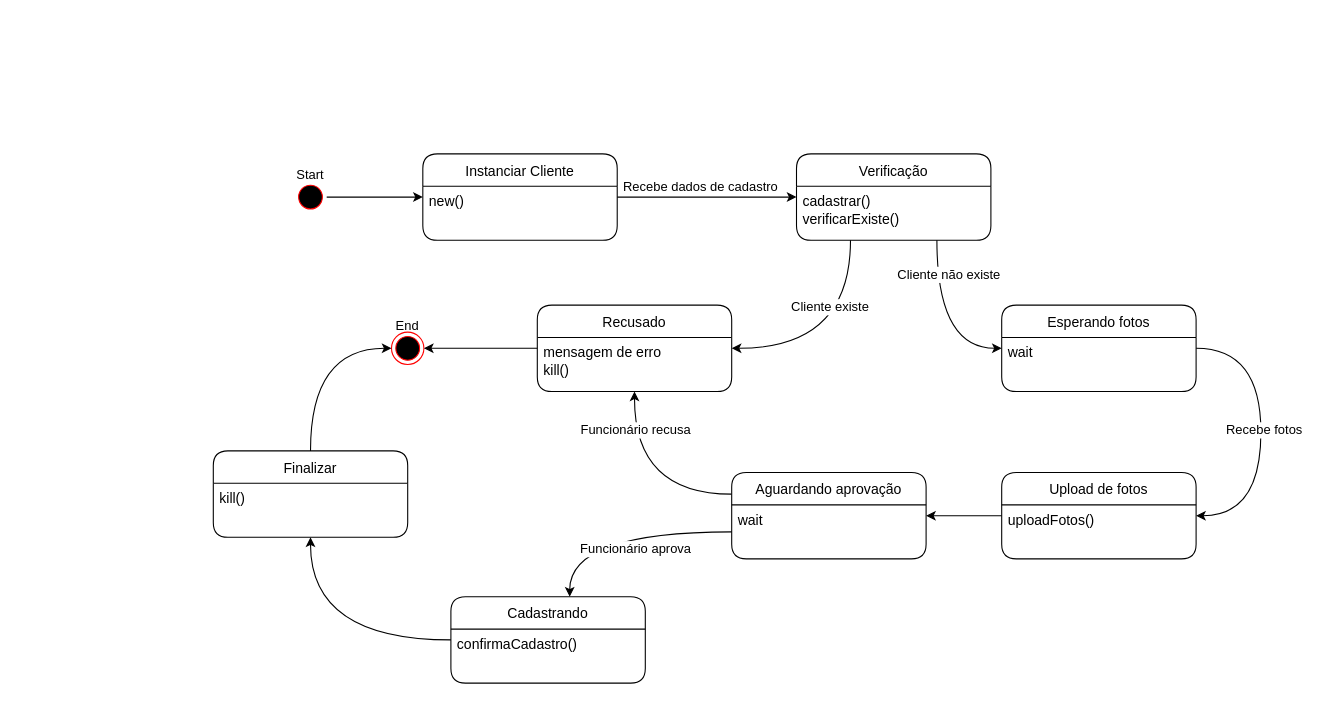
EijiDogen/BrainForHire keeps this draw.io diagram as diagramaEstados/EstadosCliente.drawio. Above is the earlier version. Source tidied: cells renumbered, new cells numbered last; positions are measured from the earlier drawing's top-left corner, leaving out a move shared by most shapes. Both pictures are drawn from the tidied source at 108%, with x=0, y=0 at pixel (213, 153).
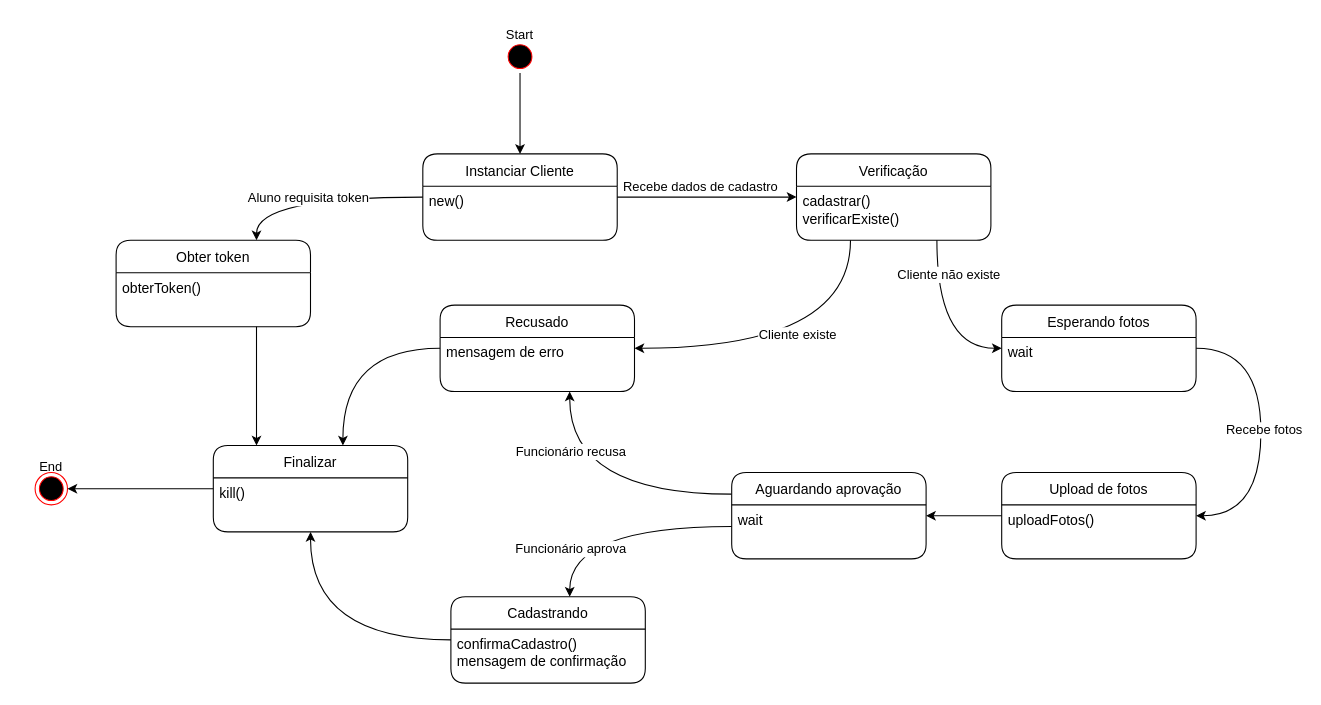
After the change.

Unchanged cells that the change refers to:
```xml
<mxCell id="4" value="Instanciar Cliente" style="swimlane;fontStyle=0;horizontal=1;startSize=30;rounded=1;fontSize=13;" parent="1" vertex="1">
  <mxGeometry x="194" width="180" height="80" as="geometry" />
</mxCell>
<mxCell id="10" style="ellipse;html=1;shape=endState;fillColor=#000000;strokeColor=#ff0000;rounded=1;" parent="9" vertex="1">
  <mxGeometry x="15" y="20" width="30" height="30" as="geometry" />
</mxCell>
<mxCell id="31" value="Aguardando aprovação" style="swimlane;fontStyle=0;horizontal=1;startSize=30;rounded=1;fontSize=13;" parent="1" vertex="1">
  <mxGeometry x="480" y="295" width="180" height="80" as="geometry" />
</mxCell>
<mxCell id="32" value="wait" style="text;strokeColor=none;fillColor=none;align=left;verticalAlign=top;spacingLeft=4;spacingRight=4;overflow=hidden;points=[[0,0.5],[1,0.5]];portConstraint=eastwest;fontSize=13;" parent="31" vertex="1">
  <mxGeometry y="30" width="180" height="50" as="geometry" />
</mxCell>
<mxCell id="34" value="Cadastrando" style="swimlane;fontStyle=0;horizontal=1;startSize=30;rounded=1;fontSize=13;" parent="1" vertex="1">
  <mxGeometry x="220" y="410" width="180" height="80" as="geometry" />
</mxCell>
```

What changed in the source:
```diff
@@
+    <mxCell id="41" style="edgeStyle=orthogonalEdgeStyle;curved=1;rounded=0;jettySize=auto;html=1;fontSize=12;" parent="1" edge="1" source="4" target="45">
+      <mxGeometry relative="1" as="geometry">
+        <Array as="points">
+          <mxPoint x="40" y="40" />
+        </Array>
+      </mxGeometry>
+    </mxCell>
+    <mxCell id="42" value="Aluno requisita token" style="edgeLabel;html=1;align=center;verticalAlign=middle;fontSize=12;" parent="41" vertex="1">
+      <mxGeometry x="-0.28" y="-2" relative="1" as="geometry">
+        <mxPoint x="-37" y="2" as="offset" />
+      </mxGeometry>
+    </mxCell>
@@
     <mxCell id="6" style="group;" parent="1" vertex="1">
-      <mxGeometry x="60" y="5" width="60" height="50" as="geometry" />
+      <mxGeometry x="254" y="-125" width="60" height="50" as="geometry" />
     </mxCell>
@@
     <mxCell id="9" style="group;" parent="1" vertex="1">
-      <mxGeometry x="150" y="145" width="60" height="50" as="geometry" />
+      <mxGeometry x="-180" y="275" width="60" height="50" as="geometry" />
     </mxCell>
@@
-    <mxCell id="19" style="rounded=0;jettySize=auto;html=1;fontSize=12;" parent="1" edge="1" source="20" target="10">
-      <mxGeometry relative="1" as="geometry" />
-    </mxCell>
+    <mxCell id="43" style="edgeStyle=orthogonalEdgeStyle;curved=1;rounded=0;jettySize=auto;html=1;fontSize=12;" parent="1" edge="1" source="20" target="37">
+      <mxGeometry relative="1" as="geometry">
+        <Array as="points">
+          <mxPoint x="120" y="180" />
+        </Array>
+      </mxGeometry>
+    </mxCell>
     <mxCell id="20" value="Recusado" style="swimlane;fontStyle=0;horizontal=1;startSize=30;rounded=1;fontSize=13;" parent="1" vertex="1">
-      <mxGeometry x="300" y="140" width="180" height="80" as="geometry" />
+      <mxGeometry x="210" y="140" width="180" height="80" as="geometry" />
     </mxCell>
-    <mxCell id="21" value="mensagem de erro&#10;kill()" style="text;strokeColor=none;fillColor=none;align=left;verticalAlign=top;spacingLeft=4;spacingRight=4;overflow=hidden;fontSize=13;" parent="20" vertex="1">
+    <mxCell id="21" value="mensagem de erro&#10;" style="text;strokeColor=none;fillColor=none;align=left;verticalAlign=top;spacingLeft=4;spacingRight=4;overflow=hidden;fontSize=13;" parent="20" vertex="1">
       <mxGeometry y="30" width="180" height="50" as="geometry" />
     </mxCell>
@@
     <mxCell id="29" style="edgeStyle=orthogonalEdgeStyle;curved=1;rounded=0;jettySize=auto;html=1;fontSize=12;" parent="1" edge="1" source="31" target="20">
       <mxGeometry relative="1" as="geometry">
         <Array as="points">
-          <mxPoint x="390" y="315" />
+          <mxPoint x="330" y="315" />
         </Array>
       </mxGeometry>
     </mxCell>
@@
-    <mxCell id="35" value="confirmaCadastro()" style="text;strokeColor=none;fillColor=none;align=left;verticalAlign=top;spacingLeft=4;spacingRight=4;overflow=hidden;fontSize=13;" parent="34" vertex="1">
+    <mxCell id="35" value="confirmaCadastro()&#10;mensagem de confirmação" style="text;strokeColor=none;fillColor=none;align=left;verticalAlign=top;spacingLeft=4;spacingRight=4;overflow=hidden;fontSize=13;" parent="34" vertex="1">
       <mxGeometry y="30" width="180" height="50" as="geometry" />
     </mxCell>
-    <mxCell id="36" style="edgeStyle=orthogonalEdgeStyle;curved=1;rounded=0;jettySize=auto;html=1;fontSize=12;entryX=0;entryY=0.5;entryDx=0;entryDy=0;" parent="1" edge="1" source="37" target="10">
+    <mxCell id="36" style="edgeStyle=orthogonalEdgeStyle;curved=1;rounded=0;jettySize=auto;html=1;fontSize=12;" parent="1" edge="1" source="37" target="10">
       <mxGeometry relative="1" as="geometry" />
     </mxCell>
     <mxCell id="37" value="Finalizar" style="swimlane;fontStyle=0;horizontal=1;startSize=30;rounded=1;fontSize=13;" parent="1" vertex="1">
-      <mxGeometry y="275" width="180" height="80" as="geometry" />
+      <mxGeometry y="270" width="180" height="80" as="geometry" />
     </mxCell>
@@
     <mxCell id="39" style="edgeStyle=orthogonalEdgeStyle;curved=1;rounded=0;jettySize=auto;html=1;fontSize=12;" parent="1" edge="1" source="32" target="34">
       <mxGeometry relative="1" as="geometry">
         <Array as="points">
-          <mxPoint x="330" y="350" />
+          <mxPoint x="330" y="345" />
         </Array>
       </mxGeometry>
     </mxCell>
     <mxCell id="40" value="Funcionário aprova" style="edgeLabel;html=1;align=center;verticalAlign=middle;fontSize=12;" parent="39" vertex="1">
       <mxGeometry x="-0.47" y="3" relative="1" as="geometry">
-        <mxPoint x="-34" y="12" as="offset" />
+        <mxPoint x="-93" y="17" as="offset" />
       </mxGeometry>
     </mxCell>
+    <mxCell id="44" style="edgeStyle=orthogonalEdgeStyle;curved=1;rounded=0;jettySize=auto;html=1;fontSize=12;" parent="1" edge="1" source="45" target="37">
+      <mxGeometry relative="1" as="geometry">
+        <Array as="points">
+          <mxPoint x="40" y="205" />
+          <mxPoint x="40" y="205" />
+        </Array>
+      </mxGeometry>
+    </mxCell>
+    <mxCell id="45" value="Obter token" style="swimlane;fontStyle=0;horizontal=1;startSize=30;rounded=1;fontSize=13;" parent="1" vertex="1">
+      <mxGeometry x="-90" y="80" width="180" height="80" as="geometry" />
+    </mxCell>
+    <mxCell id="46" value="obterToken()" style="text;strokeColor=none;fillColor=none;align=left;verticalAlign=top;spacingLeft=4;spacingRight=4;overflow=hidden;fontSize=13;" parent="45" vertex="1">
+      <mxGeometry y="30" width="180" height="50" as="geometry" />
+    </mxCell>
```
